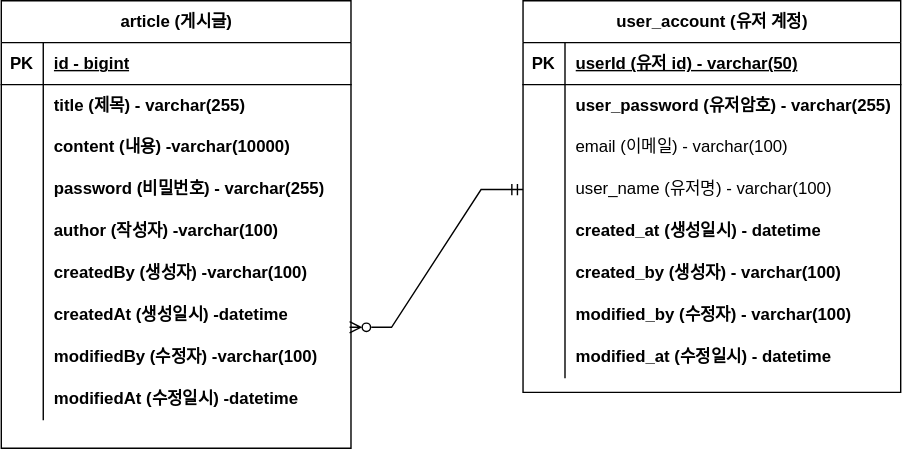
This is document/sparta-board-erd.svg from yuni02/sparta09-project-board, a draw.io export, as it was before one commit. Source tidied: cells renumbered, new cells last; positions are measured from the earlier drawing's top-left corner, leaving out a move shared by most shapes.
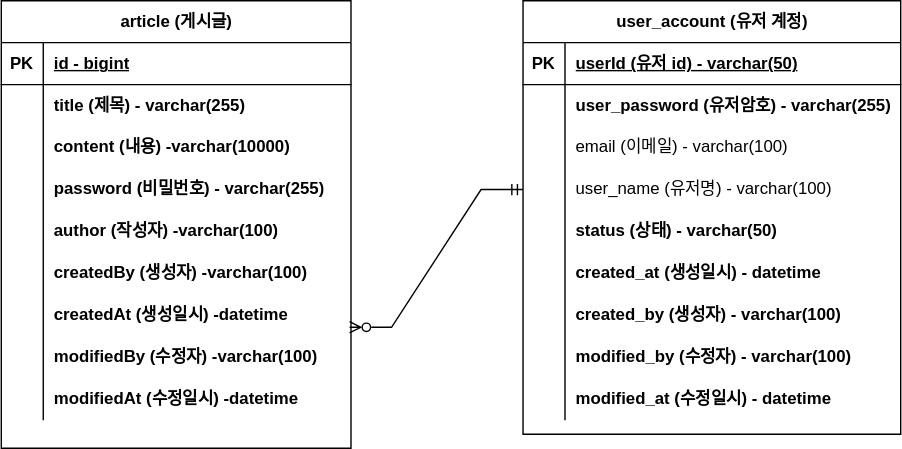
Above is the later version.

Commit message:
#9 : db erd 업뎃: user_account 에 status 컬럼 추가

Diff of the diagram source:
```diff
@@ -87,7 +87,7 @@
       <mxGeometry x="30" width="220" height="30" as="geometry" />
     </mxCell>
     <mxCell id="30" value="user_account (유저 계정)" style="shape=table;startSize=30;rowLines=0;fontStyle=1;align=center;html=1;" parent="1" vertex="1">
-      <mxGeometry x="373" width="270" height="280" as="geometry" />
+      <mxGeometry x="373" width="270" height="310" as="geometry" />
     </mxCell>
     <mxCell id="31" style="shape=tableRow;horizontal=0;startSize=0;swimlaneHead=0;swimlaneBody=0;fillColor=none;top=0;left=0;right=0;bottom=1;" parent="30" vertex="1">
       <mxGeometry y="30" width="270" height="30" as="geometry" />
@@ -125,8 +125,17 @@
     <mxCell id="42" value="user_name (유저명) - varchar(100)" style="shape=partialRectangle;fillColor=none;top=0;left=0;bottom=0;right=0;align=left;spacingLeft=6;overflow=hidden;whiteSpace=wrap;html=1;" parent="40" vertex="1">
       <mxGeometry x="30" width="240" height="30" as="geometry" />
     </mxCell>
+    <mxCell id="56" style="shape=tableRow;horizontal=0;startSize=0;swimlaneHead=0;swimlaneBody=0;fillColor=none;top=0;left=0;right=0;bottom=0;" parent="30" vertex="1">
+      <mxGeometry y="150" width="270" height="30" as="geometry" />
+    </mxCell>
+    <mxCell id="57" style="shape=partialRectangle;fillColor=none;top=0;left=0;bottom=0;right=0;overflow=hidden;whiteSpace=wrap;html=1;" parent="56" vertex="1">
+      <mxGeometry width="30" height="30" as="geometry" />
+    </mxCell>
+    <mxCell id="58" value="status (상태) - varchar(50)" style="shape=partialRectangle;fillColor=none;top=0;left=0;bottom=0;right=0;align=left;spacingLeft=6;overflow=hidden;whiteSpace=wrap;html=1;fontStyle=1;" parent="56" vertex="1">
+      <mxGeometry x="30" width="240" height="30" as="geometry" />
+    </mxCell>
     <mxCell id="43" style="shape=tableRow;horizontal=0;startSize=0;swimlaneHead=0;swimlaneBody=0;fillColor=none;top=0;left=0;right=0;bottom=0;" parent="30" vertex="1">
-      <mxGeometry y="150" width="270" height="30" as="geometry" />
+      <mxGeometry y="180" width="270" height="30" as="geometry" />
     </mxCell>
     <mxCell id="44" style="shape=partialRectangle;fillColor=none;top=0;left=0;bottom=0;right=0;overflow=hidden;whiteSpace=wrap;html=1;" parent="43" vertex="1">
       <mxGeometry width="30" height="30" as="geometry" />
@@ -135,7 +144,7 @@
       <mxGeometry x="30" width="240" height="30" as="geometry" />
     </mxCell>
     <mxCell id="46" style="shape=tableRow;horizontal=0;startSize=0;swimlaneHead=0;swimlaneBody=0;fillColor=none;top=0;left=0;right=0;bottom=0;" parent="30" vertex="1">
-      <mxGeometry y="180" width="270" height="30" as="geometry" />
+      <mxGeometry y="210" width="270" height="30" as="geometry" />
     </mxCell>
     <mxCell id="47" style="shape=partialRectangle;fillColor=none;top=0;left=0;bottom=0;right=0;overflow=hidden;whiteSpace=wrap;html=1;" parent="46" vertex="1">
       <mxGeometry width="30" height="30" as="geometry" />
@@ -144,7 +153,7 @@
       <mxGeometry x="30" width="240" height="30" as="geometry" />
     </mxCell>
     <mxCell id="49" style="shape=tableRow;horizontal=0;startSize=0;swimlaneHead=0;swimlaneBody=0;fillColor=none;top=0;left=0;right=0;bottom=0;" parent="30" vertex="1">
-      <mxGeometry y="210" width="270" height="30" as="geometry" />
+      <mxGeometry y="240" width="270" height="30" as="geometry" />
     </mxCell>
     <mxCell id="50" style="shape=partialRectangle;fillColor=none;top=0;left=0;bottom=0;right=0;overflow=hidden;whiteSpace=wrap;html=1;" parent="49" vertex="1">
       <mxGeometry width="30" height="30" as="geometry" />
@@ -153,7 +162,7 @@
       <mxGeometry x="30" width="240" height="30" as="geometry" />
     </mxCell>
     <mxCell id="52" style="shape=tableRow;horizontal=0;startSize=0;swimlaneHead=0;swimlaneBody=0;fillColor=none;top=0;left=0;right=0;bottom=0;" parent="30" vertex="1">
-      <mxGeometry y="240" width="270" height="30" as="geometry" />
+      <mxGeometry y="270" width="270" height="30" as="geometry" />
     </mxCell>
     <mxCell id="53" style="shape=partialRectangle;fillColor=none;top=0;left=0;bottom=0;right=0;overflow=hidden;whiteSpace=wrap;html=1;" parent="52" vertex="1">
       <mxGeometry width="30" height="30" as="geometry" />
```
